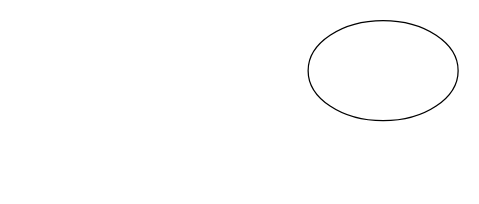
This is useCase.drawio from Mahklvk/laporanMasyarakatPreparation, a draw.io file, before an edit. Source tidied: cells renumbered, new cells numbered last; positions are measured from the earlier drawing's top-left corner, leaving out a move shared by most shapes. Both pictures are drawn from the tidied source at 125%, with x=0, y=0 at pixel (308, 20).
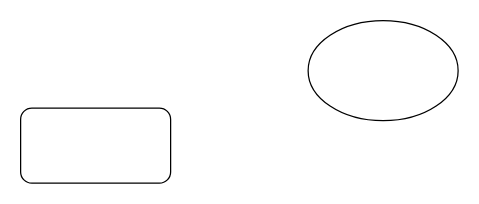
Above is the later version.

Diff of the diagram source:
```diff
@@
 <mxGraphModel>
   <root>
     <mxCell id="0" />
     <mxCell id="1" parent="0" />
     <mxCell id="2" style="ellipse;whiteSpace=wrap;html=1;" parent="1" vertex="1">
       <mxGeometry width="120" height="80" as="geometry" />
     </mxCell>
+    <mxCell id="3" style="rounded=1;whiteSpace=wrap;html=1;" parent="1" vertex="1">
+      <mxGeometry x="-230" y="70" width="120" height="60" as="geometry" />
+    </mxCell>
   </root>
 </mxGraphModel>
```
